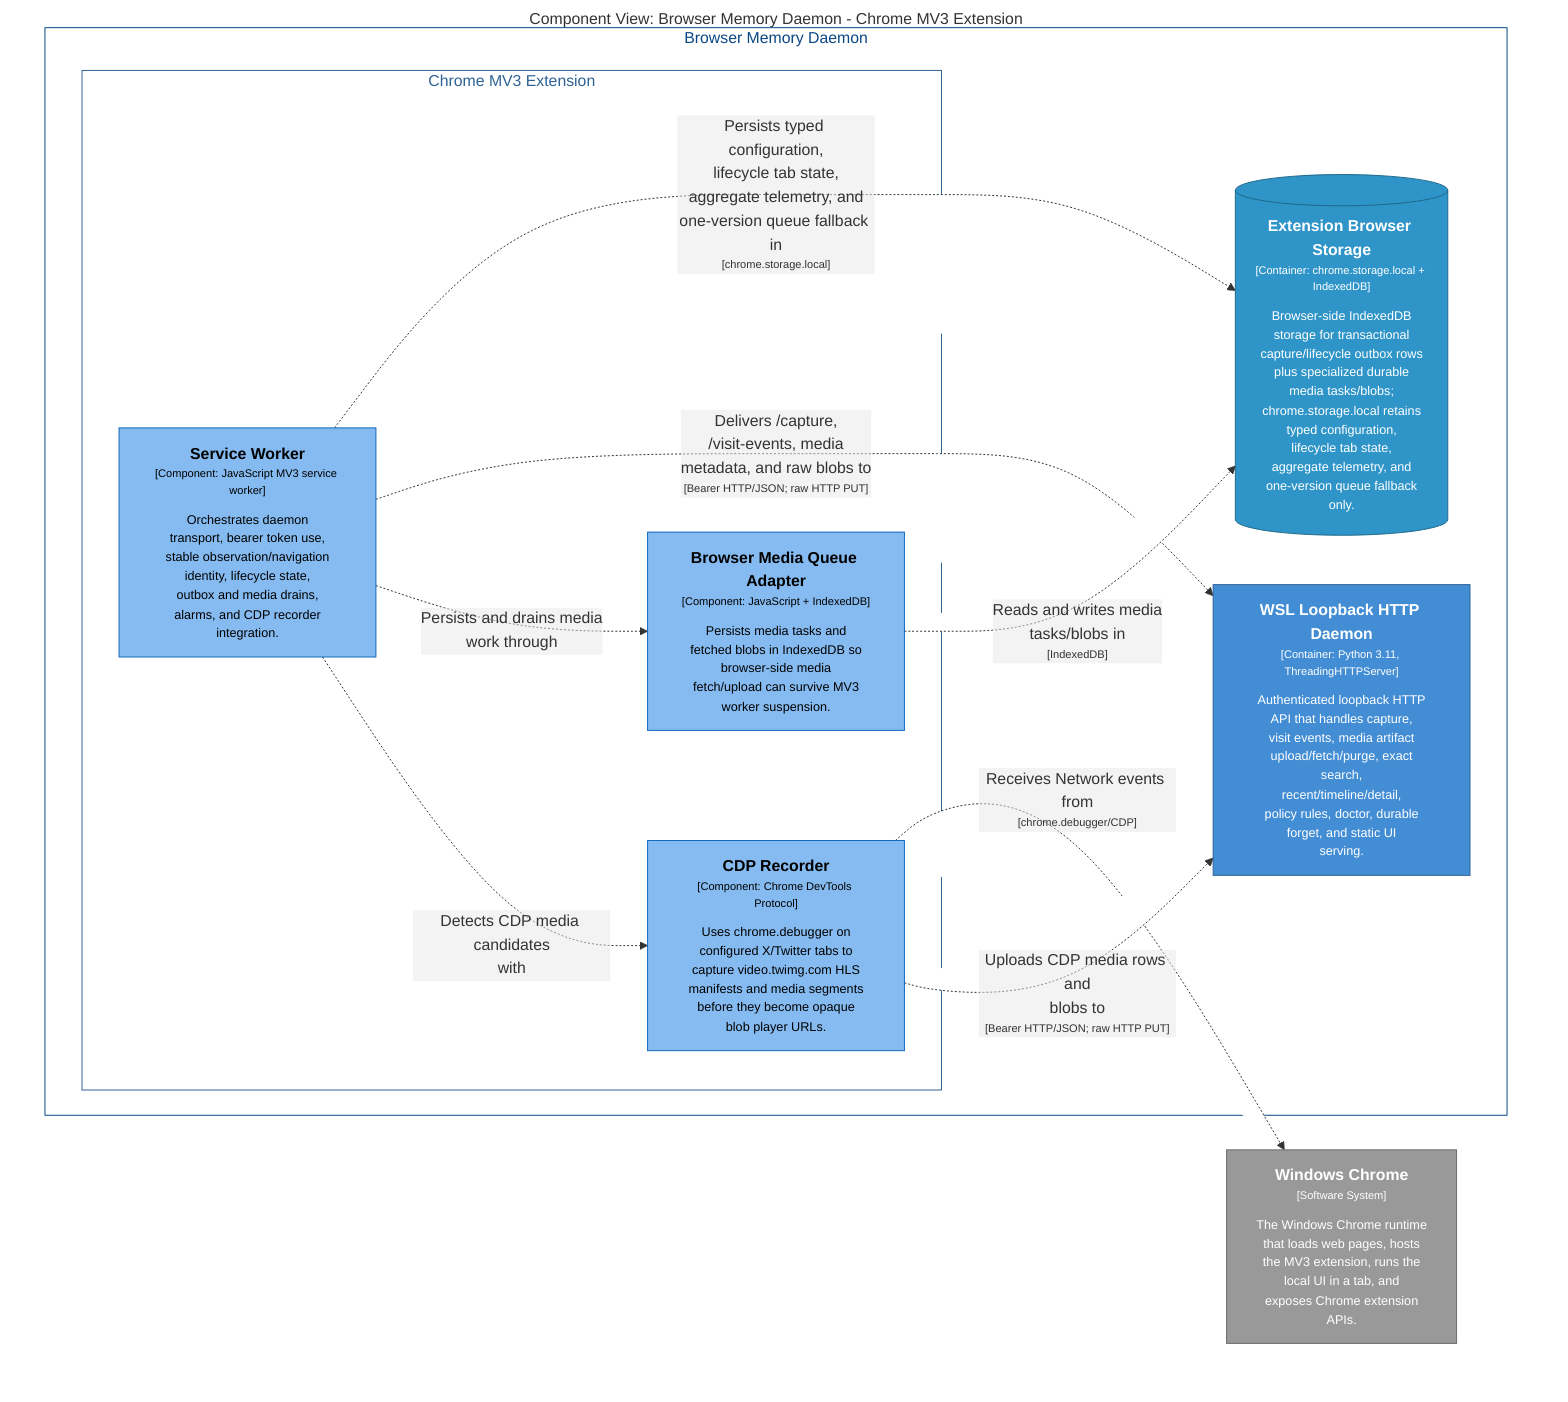
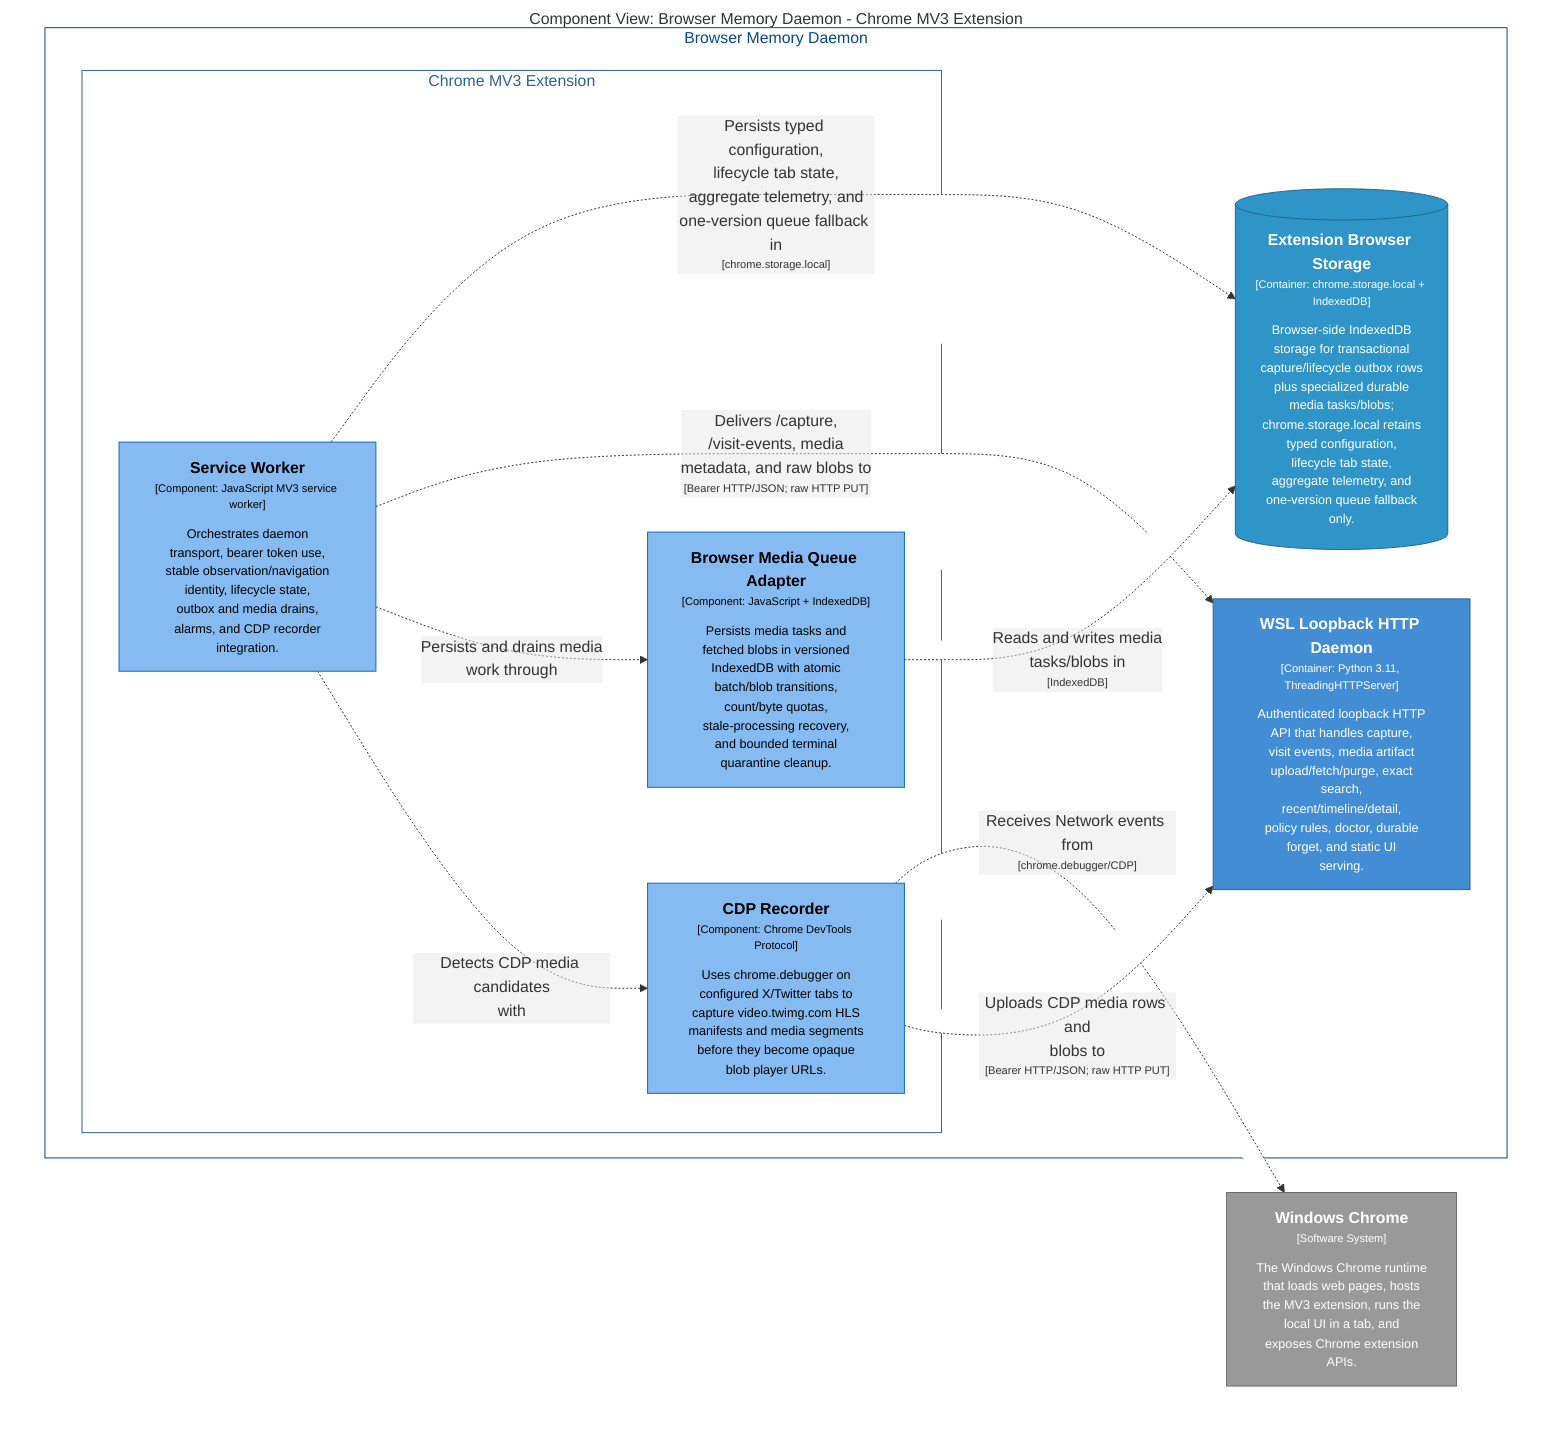
graph TB
  linkStyle default fill:#ffffff

  subgraph diagram ["Component View: Browser Memory Daemon - Chrome MV3 Extension"]
    style diagram fill:#ffffff,stroke:#ffffff

    2["<div style='font-weight: bold'>Windows Chrome</div><div style='font-size: 70%; margin-top: 0px'>[Software System]</div><div style='font-size: 80%; margin-top:10px'>The Windows Chrome runtime<br />that loads web pages, hosts<br />the MV3 extension, runs the<br />local UI in a tab, and<br />exposes Chrome extension<br />APIs.</div>"]
    style 2 fill:#999999,stroke:#6b6b6b,color:#ffffff

    subgraph 4 ["Browser Memory Daemon"]
      style 4 fill:#ffffff,stroke:#0b4884,color:#0b4884

      subgraph 5 ["Chrome MV3 Extension"]
        style 5 fill:#ffffff,stroke:#2e6295,color:#2e6295

-         11["<div style='font-weight: bold'>Browser Media Queue Adapter</div><div style='font-size: 70%; margin-top: 0px'>[Component: JavaScript + IndexedDB]</div><div style='font-size: 80%; margin-top:10px'>Persists media tasks and<br />fetched blobs in IndexedDB so<br />browser-side media<br />fetch/upload can survive MV3<br />worker suspension.</div>"]
+         11["<div style='font-weight: bold'>Browser Media Queue Adapter</div><div style='font-size: 70%; margin-top: 0px'>[Component: JavaScript + IndexedDB]</div><div style='font-size: 80%; margin-top:10px'>Persists media tasks and<br />fetched blobs in versioned<br />IndexedDB with atomic<br />batch/blob transitions,<br />count/byte quotas,<br />stale-processing recovery,<br />and bounded terminal<br />quarantine cleanup.</div>"]
        style 11 fill:#85bbf0,stroke:#1168bd,color:#000000
        12["<div style='font-weight: bold'>CDP Recorder</div><div style='font-size: 70%; margin-top: 0px'>[Component: Chrome DevTools Protocol]</div><div style='font-size: 80%; margin-top:10px'>Uses chrome.debugger on<br />configured X/Twitter tabs to<br />capture video.twimg.com HLS<br />manifests and media segments<br />before they become opaque<br />blob player URLs.</div>"]
        style 12 fill:#85bbf0,stroke:#1168bd,color:#000000
        9["<div style='font-weight: bold'>Service Worker</div><div style='font-size: 70%; margin-top: 0px'>[Component: JavaScript MV3 service worker]</div><div style='font-size: 80%; margin-top:10px'>Orchestrates daemon<br />transport, bearer token use,<br />stable observation/navigation<br />identity, lifecycle state,<br />outbox and media drains,<br />alarms, and CDP recorder<br />integration.</div>"]
        style 9 fill:#85bbf0,stroke:#1168bd,color:#000000
      end

      14[("<div style='font-weight: bold'>Extension Browser Storage</div><div style='font-size: 70%; margin-top: 0px'>[Container: chrome.storage.local + IndexedDB]</div><div style='font-size: 80%; margin-top:10px'>Browser-side IndexedDB<br />storage for transactional<br />capture/lifecycle outbox rows<br />plus specialized durable<br />media tasks/blobs;<br />chrome.storage.local retains<br />typed configuration,<br />lifecycle tab state,<br />aggregate telemetry, and<br />one-version queue fallback<br />only.</div>")]
      style 14 fill:#2f95c8,stroke:#20688c,color:#ffffff
      15["<div style='font-weight: bold'>WSL Loopback HTTP Daemon</div><div style='font-size: 70%; margin-top: 0px'>[Container: Python 3.11, ThreadingHTTPServer]</div><div style='font-size: 80%; margin-top:10px'>Authenticated loopback HTTP<br />API that handles capture,<br />visit events, media artifact<br />upload/fetch/purge, exact<br />search,<br />recent/timeline/detail,<br />policy rules, doctor, durable<br />forget, and static UI<br />serving.</div>"]
      style 15 fill:#438dd5,stroke:#2e6295,color:#ffffff
    end

    9-. "<div>Persists typed configuration,<br />lifecycle tab state,<br />aggregate telemetry, and<br />one-version queue fallback in</div><div style='font-size: 70%'>[chrome.storage.local]</div>" .->14
    9-. "<div>Delivers /capture,<br />/visit-events, media<br />metadata, and raw blobs to</div><div style='font-size: 70%'>[Bearer HTTP/JSON; raw HTTP PUT]</div>" .->15
    9-. "<div>Persists and drains media<br />work through</div><div style='font-size: 70%'></div>" .->11
    11-. "<div>Reads and writes media<br />tasks/blobs in</div><div style='font-size: 70%'>[IndexedDB]</div>" .->14
    9-. "<div>Detects CDP media candidates<br />with</div><div style='font-size: 70%'></div>" .->12
    12-. "<div>Receives Network events from</div><div style='font-size: 70%'>[chrome.debugger/CDP]</div>" .->2
    12-. "<div>Uploads CDP media rows and<br />blobs to</div><div style='font-size: 70%'>[Bearer HTTP/JSON; raw HTTP PUT]</div>" .->15

  end